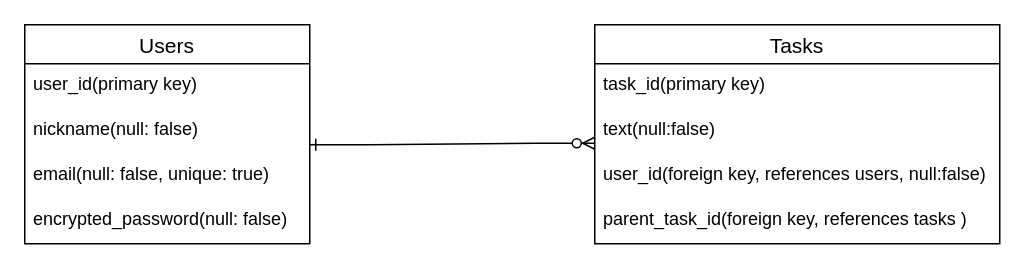
The draw.io diagram ER.dio in shiraishono/task_manager, before the edit. Source tidied: cells renumbered, new cells numbered last; positions are measured from the earlier drawing's top-left corner, leaving out a move shared by most shapes. Both pictures are drawn from the tidied source at 150%, with x=0, y=0 at pixel (24, 24).
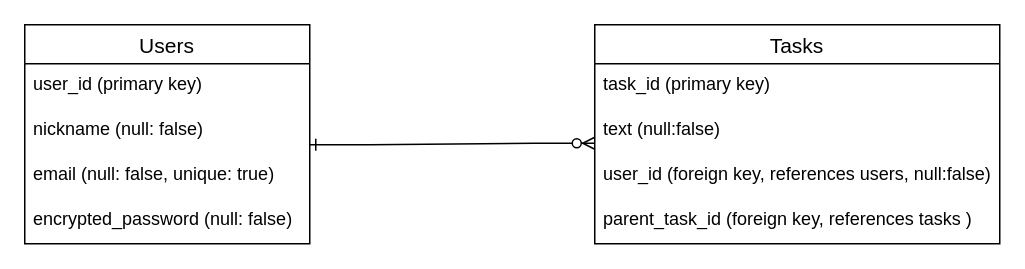
The same page after the edit.

Diff of the diagram source:
```diff
@@
 <mxGraphModel>
   <root>
     <mxCell id="0" />
     <mxCell id="1" parent="0" />
     <mxCell id="2" value="Users" style="swimlane;fontStyle=0;horizontal=1;startSize=26;align=center;fontSize=14;" parent="1" vertex="1">
       <mxGeometry width="190" height="146" as="geometry" />
     </mxCell>
-    <mxCell id="3" value="user_id(primary key)" style="text;strokeColor=none;fillColor=none;spacingLeft=4;spacingRight=4;overflow=hidden;fontSize=12;" parent="2" vertex="1">
+    <mxCell id="3" value="user_id (primary key)" style="text;strokeColor=none;fillColor=none;spacingLeft=4;spacingRight=4;overflow=hidden;fontSize=12;" parent="2" vertex="1">
       <mxGeometry y="26" width="190" height="30" as="geometry" />
     </mxCell>
-    <mxCell id="4" value="nickname(null: false)" style="text;strokeColor=none;fillColor=none;spacingLeft=4;spacingRight=4;overflow=hidden;fontSize=12;" parent="2" vertex="1">
+    <mxCell id="4" value="nickname (null: false)" style="text;strokeColor=none;fillColor=none;spacingLeft=4;spacingRight=4;overflow=hidden;fontSize=12;" parent="2" vertex="1">
       <mxGeometry y="56" width="190" height="30" as="geometry" />
     </mxCell>
-    <mxCell id="5" value="email(null: false, unique: true)" style="text;strokeColor=none;fillColor=none;spacingLeft=4;spacingRight=4;overflow=hidden;fontSize=12;" parent="2" vertex="1">
+    <mxCell id="5" value="email (null: false, unique: true)" style="text;strokeColor=none;fillColor=none;spacingLeft=4;spacingRight=4;overflow=hidden;fontSize=12;" parent="2" vertex="1">
       <mxGeometry y="86" width="190" height="30" as="geometry" />
     </mxCell>
-    <mxCell id="6" value="encrypted_password(null: false)" style="text;strokeColor=none;fillColor=none;spacingLeft=4;spacingRight=4;overflow=hidden;fontSize=12;" parent="2" vertex="1">
+    <mxCell id="6" value="encrypted_password (null: false)" style="text;strokeColor=none;fillColor=none;spacingLeft=4;spacingRight=4;overflow=hidden;fontSize=12;" parent="2" vertex="1">
       <mxGeometry y="116" width="190" height="30" as="geometry" />
     </mxCell>
     <mxCell id="7" value="Tasks" style="swimlane;fontStyle=0;horizontal=1;startSize=26;align=center;fontSize=14;" parent="1" vertex="1">
       <mxGeometry x="380" width="270" height="146" as="geometry" />
     </mxCell>
-    <mxCell id="8" value="task_id(primary key)" style="text;strokeColor=none;fillColor=none;spacingLeft=4;spacingRight=4;overflow=hidden;fontSize=12;" parent="7" vertex="1">
+    <mxCell id="8" value="task_id (primary key)" style="text;strokeColor=none;fillColor=none;spacingLeft=4;spacingRight=4;overflow=hidden;fontSize=12;" parent="7" vertex="1">
       <mxGeometry y="26" width="270" height="30" as="geometry" />
     </mxCell>
-    <mxCell id="9" value="text(null:false)" style="text;strokeColor=none;fillColor=none;spacingLeft=4;spacingRight=4;overflow=hidden;fontSize=12;" parent="7" vertex="1">
+    <mxCell id="9" value="text (null:false)" style="text;strokeColor=none;fillColor=none;spacingLeft=4;spacingRight=4;overflow=hidden;fontSize=12;" parent="7" vertex="1">
       <mxGeometry y="56" width="270" height="30" as="geometry" />
     </mxCell>
-    <mxCell id="10" value="user_id(foreign key, references users, null:false)" style="text;strokeColor=none;fillColor=none;spacingLeft=4;spacingRight=4;overflow=hidden;fontSize=12;" parent="7" vertex="1">
+    <mxCell id="10" value="user_id (foreign key, references users, null:false)" style="text;strokeColor=none;fillColor=none;spacingLeft=4;spacingRight=4;overflow=hidden;fontSize=12;" parent="7" vertex="1">
       <mxGeometry y="86" width="270" height="30" as="geometry" />
     </mxCell>
-    <mxCell id="11" value="parent_task_id(foreign key, references tasks )" style="text;strokeColor=none;fillColor=none;spacingLeft=4;spacingRight=4;overflow=hidden;fontSize=12;" parent="7" vertex="1">
+    <mxCell id="11" value="parent_task_id (foreign key, references tasks )" style="text;strokeColor=none;fillColor=none;spacingLeft=4;spacingRight=4;overflow=hidden;fontSize=12;" parent="7" vertex="1">
       <mxGeometry y="116" width="270" height="30" as="geometry" />
     </mxCell>
     <mxCell id="12" style="edgeStyle=entityRelationEdgeStyle;fontSize=12;html=1;endArrow=ERzeroToMany;endFill=1;startArrow=ERone;startFill=0;" parent="1" edge="1">
       <mxGeometry relative="1" as="geometry">
         <mxPoint x="190" y="80" as="sourcePoint" />
         <mxPoint x="380" y="79" as="targetPoint" />
       </mxGeometry>
     </mxCell>
   </root>
 </mxGraphModel>
```
